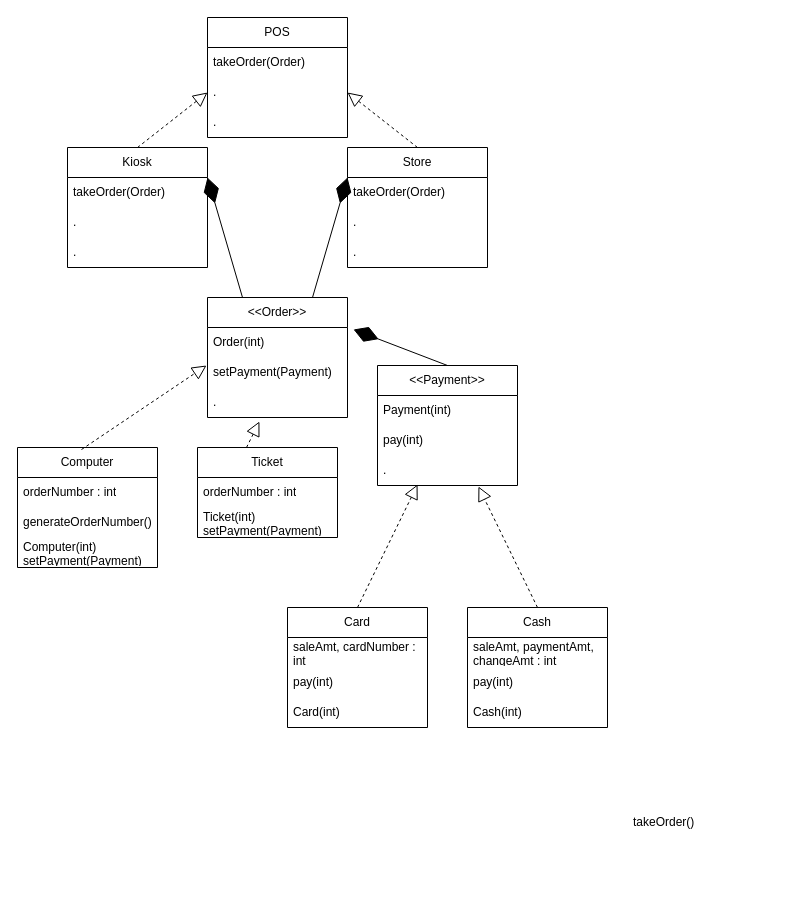
Before: HW 1 UML.drawio in Arellano-Jann/strategy-pattern, a draw.io diagram. Source tidied: cells renumbered, new cells numbered last; positions are measured from the earlier drawing's top-left corner, leaving out a move shared by most shapes. Both pictures are drawn from the tidied source at 100%, with x=0, y=0 at pixel (17, 17).
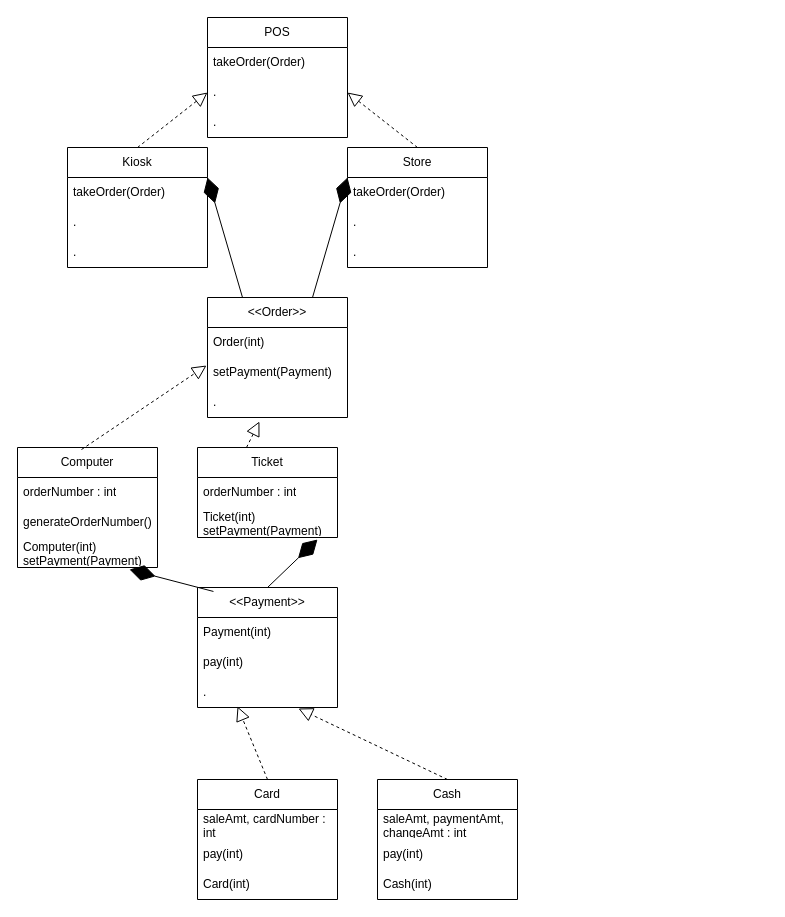
The same diagram, later.

The change refers to these unchanged cells:
```xml
<mxCell id="3" value="Order(int)" style="text;strokeColor=none;fillColor=none;align=left;verticalAlign=middle;spacingLeft=4;spacingRight=4;overflow=hidden;points=[[0,0.5],[1,0.5]];portConstraint=eastwest;whiteSpace=wrap;html=1;" parent="2" vertex="1">
  <mxGeometry y="30" width="140" height="30" as="geometry" />
</mxCell>
<mxCell id="21" value="Computer(int)&lt;br&gt;setPayment(Payment)" style="text;strokeColor=none;fillColor=none;align=left;verticalAlign=middle;spacingLeft=4;spacingRight=4;overflow=hidden;points=[[0,0.5],[1,0.5]];portConstraint=eastwest;whiteSpace=wrap;html=1;" parent="18" vertex="1">
  <mxGeometry y="90" width="140" height="30" as="geometry" />
</mxCell>
<mxCell id="24" value="Ticket(int)&lt;br&gt;setPayment(Payment)" style="text;strokeColor=none;fillColor=none;align=left;verticalAlign=middle;spacingLeft=4;spacingRight=4;overflow=hidden;points=[[0,0.5],[1,0.5]];portConstraint=eastwest;whiteSpace=wrap;html=1;" parent="22" vertex="1">
  <mxGeometry y="60" width="140" height="30" as="geometry" />
</mxCell>
```

The edit, as a diff of the source:
```diff
@@
     <mxCell id="6" value="&amp;lt;&amp;lt;Payment&amp;gt;&amp;gt;" style="swimlane;fontStyle=0;horizontal=1;startSize=30;whiteSpace=wrap;html=1;" parent="1" vertex="1">
-      <mxGeometry x="360" y="348" width="140" height="120" as="geometry" />
+      <mxGeometry x="180" y="570" width="140" height="120" as="geometry" />
     </mxCell>
@@
     <mxCell id="25" value="Card" style="swimlane;fontStyle=0;horizontal=1;startSize=30;whiteSpace=wrap;html=1;" parent="1" vertex="1">
-      <mxGeometry x="270" y="590" width="140" height="120" as="geometry" />
+      <mxGeometry x="180" y="762" width="140" height="120" as="geometry" />
     </mxCell>
@@
     <mxCell id="29" value="Cash" style="swimlane;fontStyle=0;horizontal=1;startSize=30;whiteSpace=wrap;html=1;" parent="1" vertex="1">
-      <mxGeometry x="450" y="590" width="140" height="120" as="geometry" />
+      <mxGeometry x="360" y="762" width="140" height="120" as="geometry" />
     </mxCell>
@@
-    <mxCell id="37" value="takeOrder()" style="text;strokeColor=none;fillColor=none;align=left;verticalAlign=middle;spacingLeft=4;spacingRight=4;overflow=hidden;whiteSpace=wrap;html=1;" parent="1" vertex="1">
-      <mxGeometry x="610" y="790" width="140" height="30" as="geometry" />
-    </mxCell>
@@
-    <mxCell id="44" style="endArrow=diamondThin;endFill=1;endSize=24;html=1;rounded=0;entryX=1.043;entryY=0.067;entryDx=0;entryDy=0;entryPerimeter=0;exitX=0.5;exitY=0;exitDx=0;exitDy=0;" parent="1" edge="1" source="6" target="3">
+    <mxCell id="44" style="endArrow=diamondThin;endFill=1;endSize=24;html=1;rounded=0;entryX=0.857;entryY=1.067;entryDx=0;entryDy=0;entryPerimeter=0;exitX=0.5;exitY=0;exitDx=0;exitDy=0;" parent="1" edge="1" source="6" target="24">
       <mxGeometry relative="1" as="geometry" />
     </mxCell>
@@
+    <mxCell id="47" style="endArrow=diamondThin;endFill=1;endSize=24;html=1;rounded=0;entryX=0.8;entryY=1.067;entryDx=0;entryDy=0;entryPerimeter=0;exitX=0.114;exitY=0.033;exitDx=0;exitDy=0;exitPerimeter=0;" parent="1" edge="1" source="6" target="21">
+      <mxGeometry relative="1" as="geometry" />
+    </mxCell>
```
